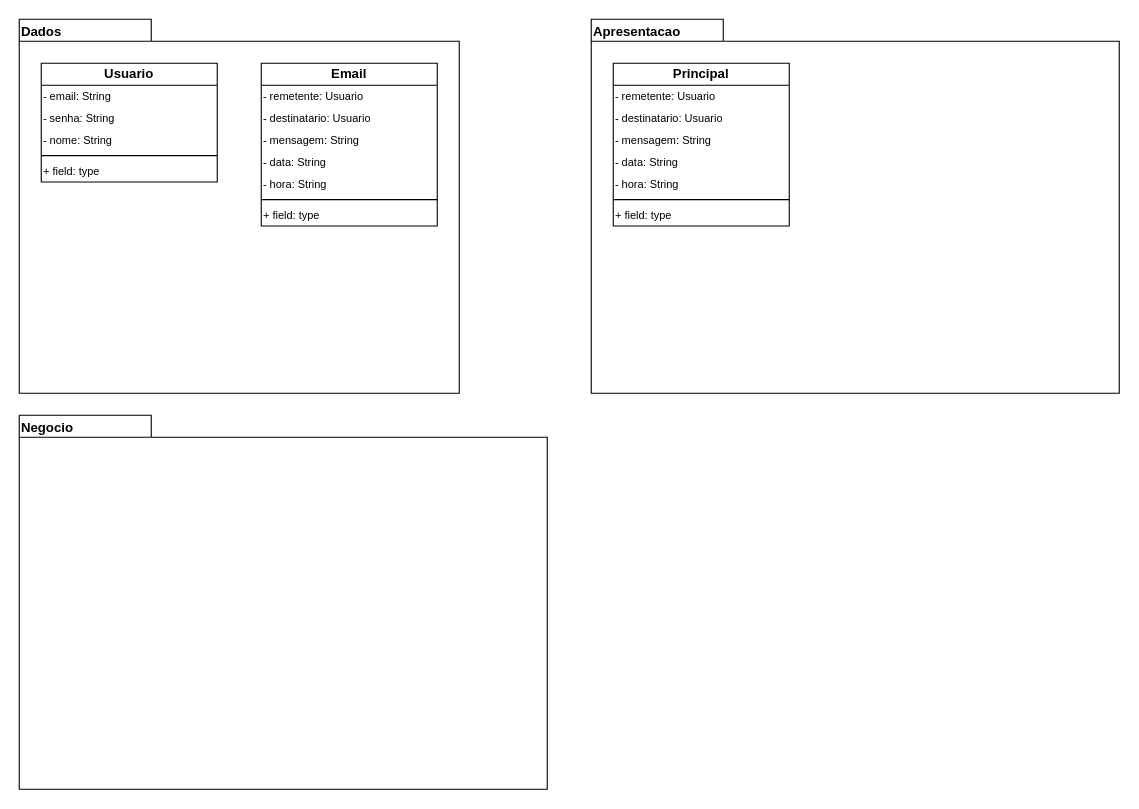
JoaoVargas/2023.2.POO keeps this draw.io diagram as TF/Modelo de Classe TF1.drawio. Above is the earlier version. Source tidied: cells renumbered, new cells numbered last; positions are measured from the earlier drawing's top-left corner, leaving out a move shared by most shapes. Both pictures are drawn from the tidied source at 110%, with x=0, y=0 at pixel (19, 19).
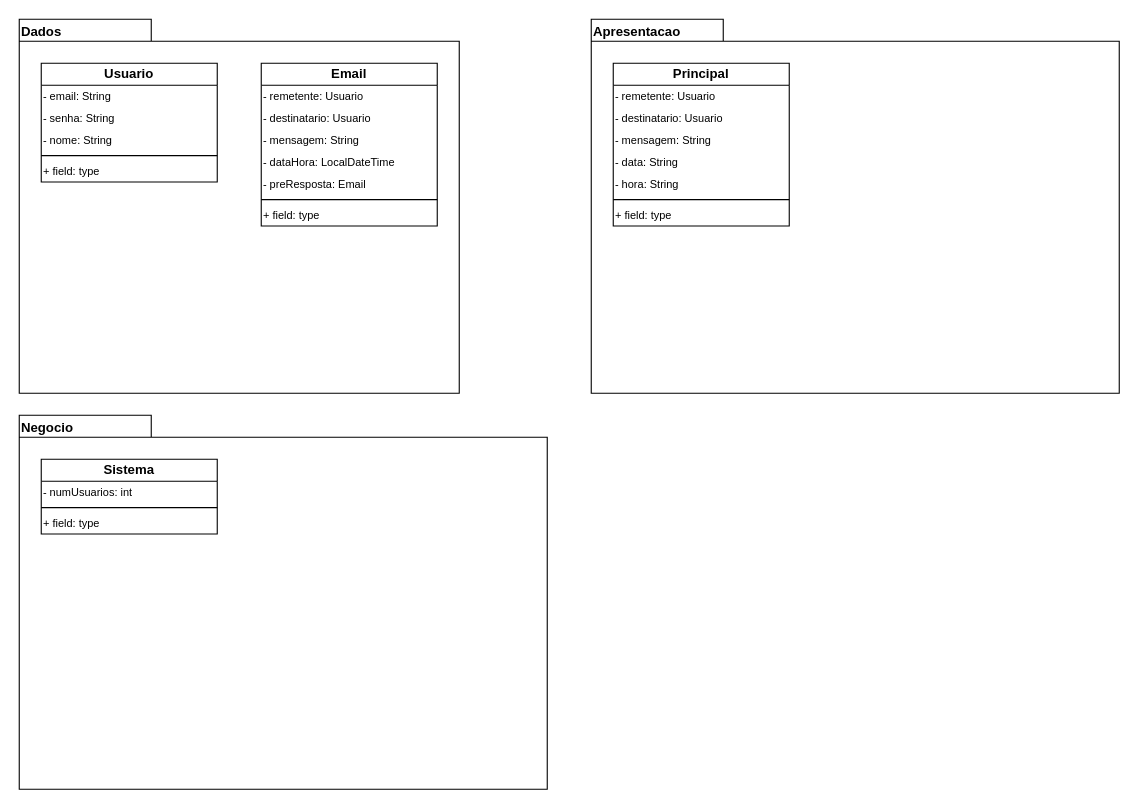
The same diagram, later.

Unchanged cells that the change refers to:
```xml
<mxCell id="11" value="&lt;b&gt;Email&lt;/b&gt;" style="swimlane;fontStyle=0;horizontal=1;startSize=20;fillColor=none;whiteSpace=wrap;html=1;" parent="1" vertex="1">
  <mxGeometry x="220" y="40" width="160" height="148" as="geometry" />
</mxCell>
```

Diff of the diagram source:
```diff
@@
-    <mxCell id="15" value="&lt;div style=&quot;font-size: 10px;&quot;&gt;- data: String&lt;/div&gt;" style="text;strokeColor=none;fillColor=none;align=left;verticalAlign=middle;spacingLeft=2;spacingRight=2;overflow=hidden;whiteSpace=wrap;html=1;spacing=0;fontSize=10;" parent="11" vertex="1">
+    <mxCell id="15" value="&lt;div style=&quot;font-size: 10px;&quot;&gt;- dataHora: LocalDateTime&lt;/div&gt;" style="text;strokeColor=none;fillColor=none;align=left;verticalAlign=middle;spacingLeft=2;spacingRight=2;overflow=hidden;whiteSpace=wrap;html=1;spacing=0;fontSize=10;" parent="11" vertex="1">
       <mxGeometry y="80" width="160" height="20" as="geometry" />
     </mxCell>
-    <mxCell id="16" value="&lt;div style=&quot;font-size: 10px;&quot;&gt;- hora: String&lt;/div&gt;" style="text;strokeColor=none;fillColor=none;align=left;verticalAlign=middle;spacingLeft=2;spacingRight=2;overflow=hidden;whiteSpace=wrap;html=1;spacing=0;fontSize=10;" parent="11" vertex="1">
-      <mxGeometry y="100" width="160" height="20" as="geometry" />
-    </mxCell>
+    <mxCell id="27" value="&lt;div style=&quot;font-size: 10px;&quot;&gt;- preResposta: Email&lt;/div&gt;" style="text;strokeColor=none;fillColor=none;align=left;verticalAlign=middle;spacingLeft=2;spacingRight=2;overflow=hidden;whiteSpace=wrap;html=1;spacing=0;fontSize=10;" parent="11" vertex="1">
+      <mxGeometry y="100" width="160" height="20" as="geometry" />
+    </mxCell>
@@
+    <mxCell id="28" value="&lt;b&gt;Sistema&lt;/b&gt;" style="swimlane;fontStyle=0;horizontal=1;startSize=20;fillColor=none;whiteSpace=wrap;html=1;" parent="1" vertex="1">
+      <mxGeometry x="20" y="400" width="160" height="68" as="geometry" />
+    </mxCell>
+    <mxCell id="29" value="&lt;div style=&quot;font-size: 10px;&quot;&gt;- numUsuarios: int&lt;/div&gt;" style="text;strokeColor=none;fillColor=none;align=left;verticalAlign=middle;spacingLeft=2;spacingRight=2;overflow=hidden;whiteSpace=wrap;html=1;spacing=0;fontSize=10;" parent="28" vertex="1">
+      <mxGeometry y="20" width="160" height="20" as="geometry" />
+    </mxCell>
+    <mxCell id="30" style="line;strokeWidth=1;fillColor=none;align=left;verticalAlign=middle;spacingTop=-1;spacingLeft=3;spacingRight=3;labelPosition=right;strokeColor=inherit;" parent="28" vertex="1">
+      <mxGeometry y="40" width="160" height="8" as="geometry" />
+    </mxCell>
+    <mxCell id="31" value="&lt;div style=&quot;font-size: 10px;&quot;&gt;+ field: type&lt;/div&gt;" style="text;strokeColor=none;fillColor=none;align=left;verticalAlign=middle;spacingLeft=2;spacingRight=2;overflow=hidden;whiteSpace=wrap;html=1;spacing=0;fontSize=10;" parent="28" vertex="1">
+      <mxGeometry y="48" width="160" height="20" as="geometry" />
+    </mxCell>
```
